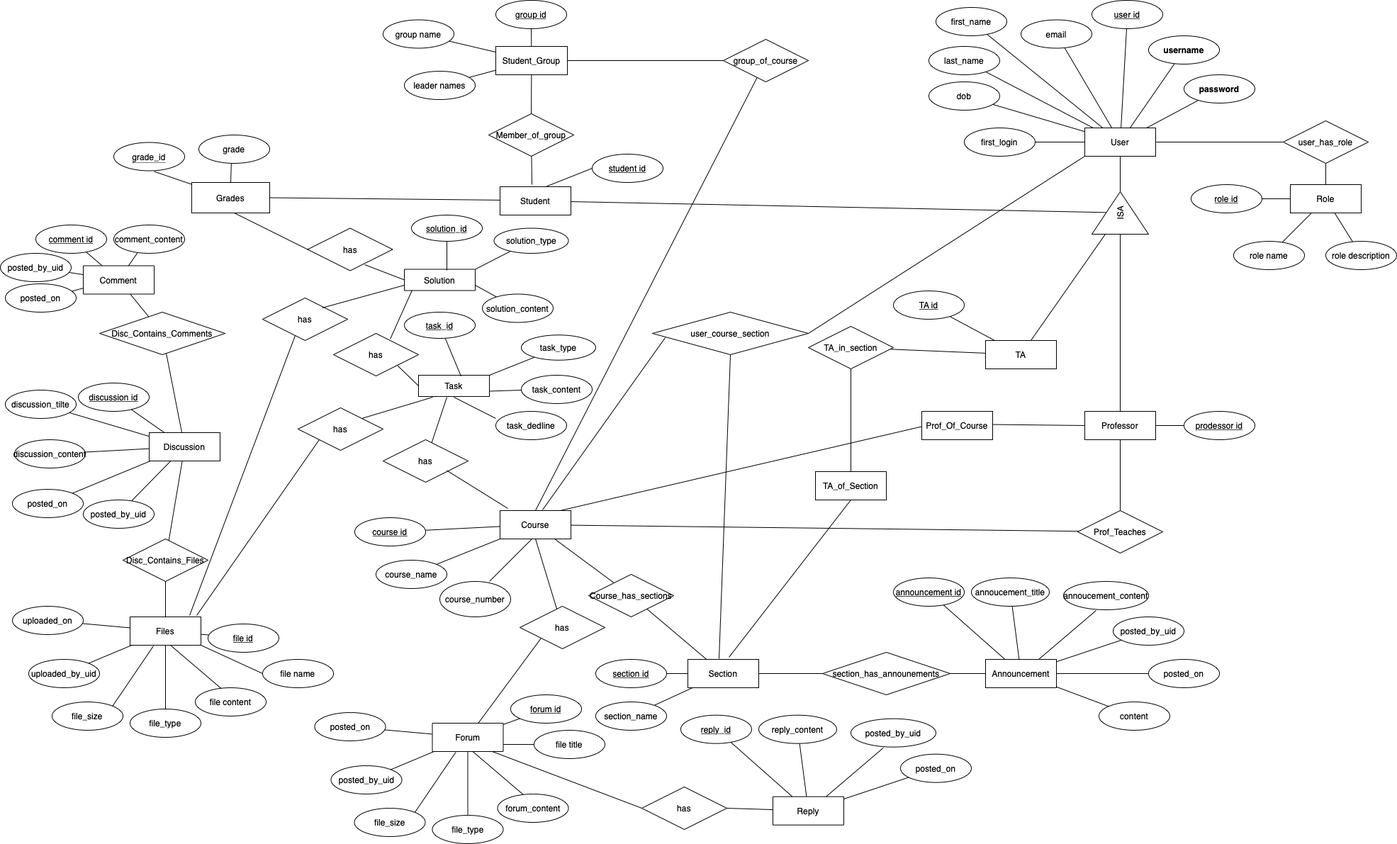
mikepoullas/COMP5531_GROUP_4_Winter_2022 keeps this draw.io diagram as ERD RS/old files/ProjectERD_final.drawio.png. Above is the earlier version. Source tidied: cells renumbered, new cells last; positions are measured from the earlier drawing's top-left corner, leaving out a move shared by most shapes.
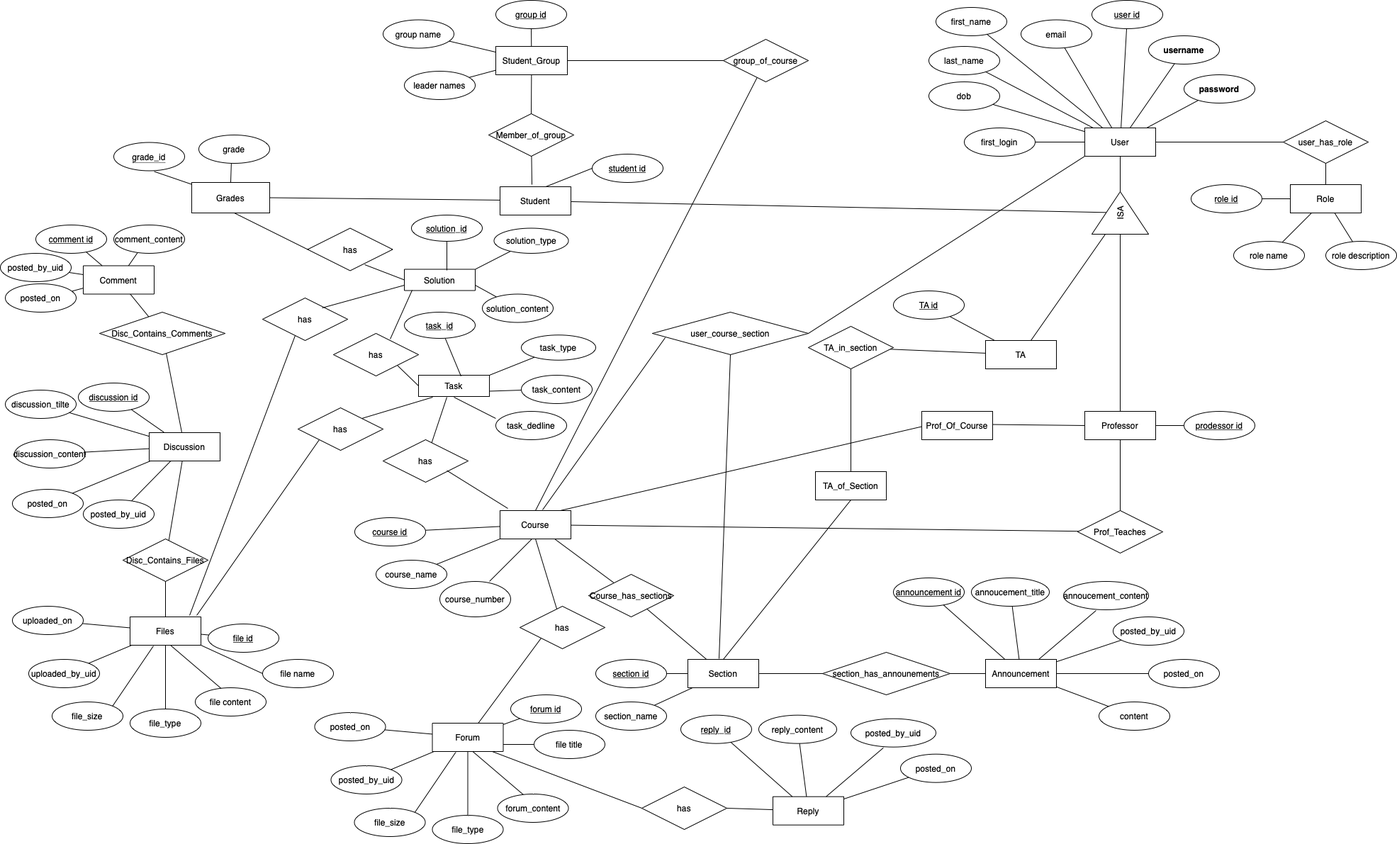
Later version of the same file.

Diff of the diagram source:
```diff
@@ -383,7 +383,7 @@
     <mxCell id="126" value="Prof_Of_Course" style="whiteSpace=wrap;html=1;align=center;" parent="1" vertex="1">
       <mxGeometry x="1300" y="580" width="100" height="40" as="geometry" />
     </mxCell>
-    <mxCell id="127" style="endArrow=none;html=1;rounded=0;exitX=0.58;exitY=-0.075;exitDx=0;exitDy=0;exitPerimeter=0;entryX=0.5;entryY=1;entryDx=0;entryDy=0;" parent="1" edge="1" source="120" target="125">
+    <mxCell id="127" style="endArrow=none;html=1;rounded=0;exitX=0.5;exitY=0;exitDx=0;exitDy=0;entryX=0.5;entryY=1;entryDx=0;entryDy=0;" parent="1" edge="1" source="120" target="125">
       <mxGeometry relative="1" as="geometry" />
     </mxCell>
     <mxCell id="128" style="endArrow=none;html=1;rounded=0;entryX=0;entryY=0.5;entryDx=0;entryDy=0;" parent="1" edge="1" target="13">
```
